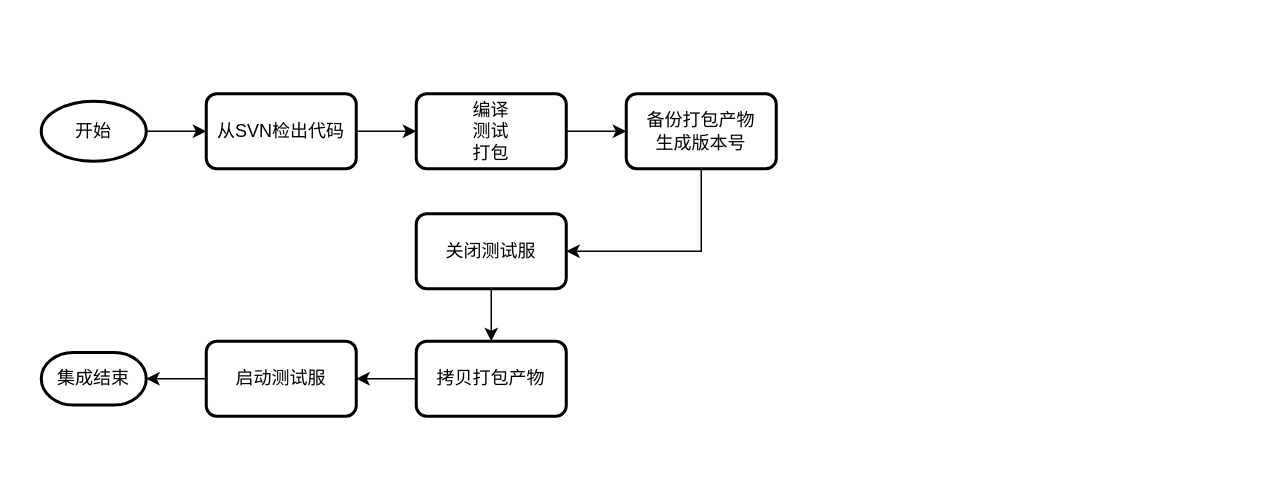
Earlier version of the draw.io diagram blog/2019/07/canglong_ci/ci_cd.drawio (juzq/draw). Source tidied: cells renumbered, new cells numbered last; positions are measured from the earlier drawing's top-left corner, leaving out a move shared by most shapes. Both pictures are drawn from the tidied source at 150%, with x=0, y=0 at pixel (40, 93).
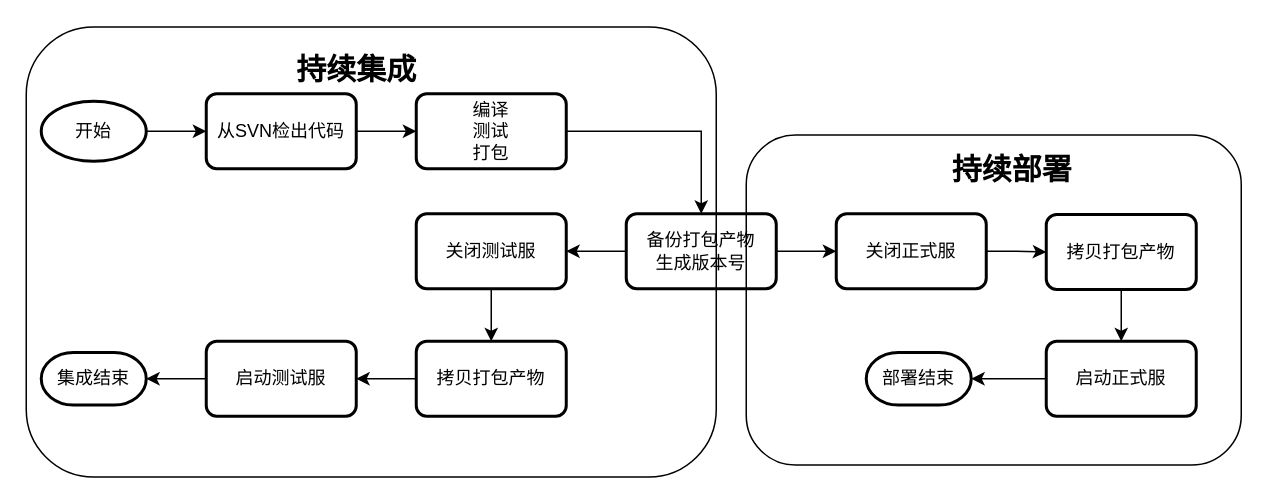
The same diagram, later.

Commit message:
程序CICD流程图

The change refers to these unchanged cells:
```xml
<mxCell id="11" value="关闭测试服" style="rounded=1;whiteSpace=wrap;html=1;absoluteArcSize=1;arcSize=14;strokeWidth=2;" parent="1" vertex="1">
  <mxGeometry x="250" y="80" width="100" height="50" as="geometry" />
</mxCell>
```

Diff of the diagram source:
```diff
@@
-    <mxCell id="8" style="edgeStyle=orthogonalEdgeStyle;rounded=0;jettySize=auto;html=1;exitX=0.5;exitY=1;exitDx=0;exitDy=0;entryX=1;entryY=0.5;entryDx=0;entryDy=0;" parent="1" edge="1" source="9" target="11">
+    <mxCell id="8" style="edgeStyle=orthogonalEdgeStyle;rounded=0;jettySize=auto;html=1;exitX=0;exitY=0.5;exitDx=0;exitDy=0;entryX=1;entryY=0.5;entryDx=0;entryDy=0;" parent="1" edge="1" source="9" target="11">
       <mxGeometry relative="1" as="geometry" />
     </mxCell>
+    <mxCell id="17" style="edgeStyle=orthogonalEdgeStyle;rounded=0;jettySize=auto;html=1;" parent="1" edge="1" source="9" target="19">
+      <mxGeometry relative="1" as="geometry" />
+    </mxCell>
     <mxCell id="9" value="&lt;div&gt;备份打包产物&lt;/div&gt;&lt;div&gt;生成版本号&lt;br&gt;&lt;/div&gt;" style="rounded=1;whiteSpace=wrap;html=1;absoluteArcSize=1;arcSize=14;strokeWidth=2;" parent="1" vertex="1">
-      <mxGeometry x="390" width="100" height="50" as="geometry" />
+      <mxGeometry x="390" y="80" width="100" height="50" as="geometry" />
     </mxCell>
@@
+    <mxCell id="18" style="edgeStyle=orthogonalEdgeStyle;rounded=0;jettySize=auto;html=1;" parent="1" edge="1" source="19" target="21">
+      <mxGeometry relative="1" as="geometry" />
+    </mxCell>
+    <mxCell id="19" value="关闭正式服" style="rounded=1;whiteSpace=wrap;html=1;absoluteArcSize=1;arcSize=14;strokeWidth=2;" parent="1" vertex="1">
+      <mxGeometry x="530" y="80" width="100" height="50" as="geometry" />
+    </mxCell>
+    <mxCell id="20" style="edgeStyle=orthogonalEdgeStyle;rounded=0;jettySize=auto;html=1;" parent="1" edge="1" source="21" target="23">
+      <mxGeometry relative="1" as="geometry" />
+    </mxCell>
+    <mxCell id="21" value="拷贝打包产物" style="rounded=1;whiteSpace=wrap;html=1;absoluteArcSize=1;arcSize=14;strokeWidth=2;" parent="1" vertex="1">
+      <mxGeometry x="670" y="80.5" width="100" height="50" as="geometry" />
+    </mxCell>
+    <mxCell id="22" style="edgeStyle=orthogonalEdgeStyle;rounded=0;jettySize=auto;html=1;" parent="1" edge="1" source="23" target="24">
+      <mxGeometry relative="1" as="geometry" />
+    </mxCell>
+    <mxCell id="23" value="启动正式服" style="rounded=1;whiteSpace=wrap;html=1;absoluteArcSize=1;arcSize=14;strokeWidth=2;" parent="1" vertex="1">
+      <mxGeometry x="670" y="165" width="100" height="50" as="geometry" />
+    </mxCell>
+    <mxCell id="24" value="部署结束" style="strokeWidth=2;html=1;shape=mxgraph.flowchart.terminator;whiteSpace=wrap;" parent="1" vertex="1">
+      <mxGeometry x="550" y="172.5" width="70" height="35" as="geometry" />
+    </mxCell>
+    <mxCell id="25" style="rounded=1;whiteSpace=wrap;html=1;fillColor=none;" parent="1" vertex="1">
+      <mxGeometry x="-10" y="-44.5" width="460" height="300" as="geometry" />
+    </mxCell>
+    <mxCell id="26" style="rounded=1;whiteSpace=wrap;html=1;fillColor=none;" parent="1" vertex="1">
+      <mxGeometry x="470" y="27.5" width="330" height="220" as="geometry" />
+    </mxCell>
+    <mxCell id="27" value="持续集成" style="text;html=1;strokeColor=none;fillColor=none;align=center;verticalAlign=middle;whiteSpace=wrap;rounded=0;fontStyle=1;fontSize=20;" parent="1" vertex="1">
+      <mxGeometry x="162.5" y="-32.5" width="95" height="30" as="geometry" />
+    </mxCell>
+    <mxCell id="28" value="持续部署" style="text;html=1;strokeColor=none;fillColor=none;align=center;verticalAlign=middle;whiteSpace=wrap;rounded=0;fontStyle=1;fontSize=20;" parent="1" vertex="1">
+      <mxGeometry x="600" y="35" width="95" height="30" as="geometry" />
+    </mxCell>
```
